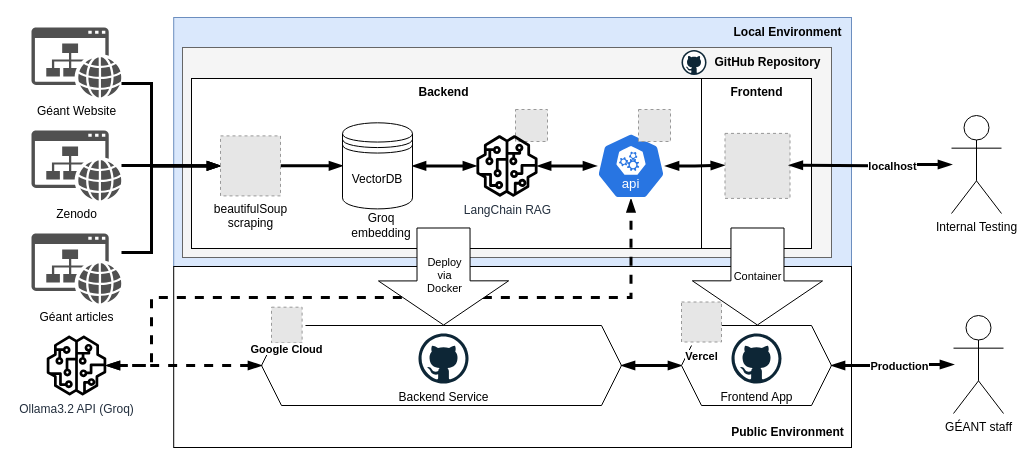
The draw.io diagram assets/architecture.drawio in maxiwilke/geant-rag, before the edit. Source tidied: cells renumbered, new cells numbered last; positions are measured from the earlier drawing's top-left corner, leaving out a move shared by most shapes. Both pictures are drawn from the tidied source at 100%, with x=0, y=0 at pixel (31, 17). Pictures stored in the file or linked from it are replaced by grey dashed boxes.
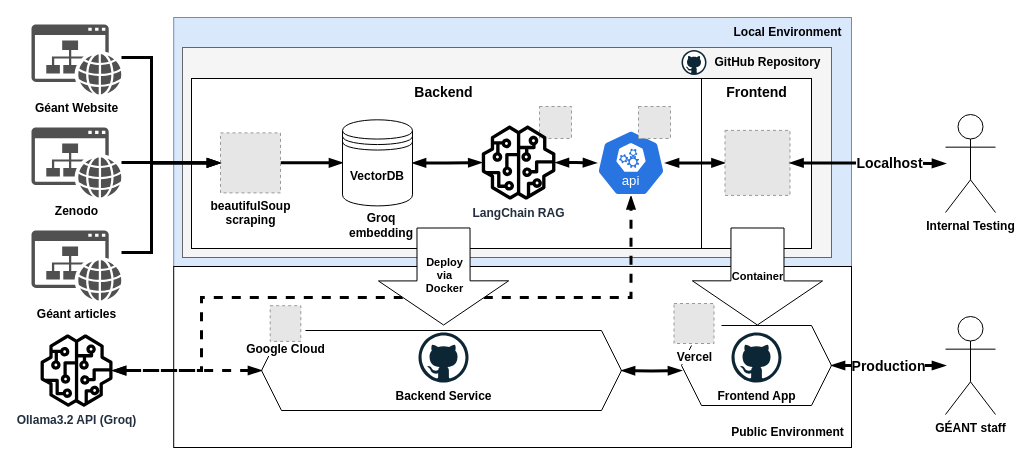
The same page after the edit.

Unchanged cells that the change refers to:
```xml
<mxCell id="28" style="shape=hexagon;perimeter=hexagonPerimeter2;whiteSpace=wrap;html=1;fixedSize=1;" parent="1" vertex="1">
  <mxGeometry x="650" y="308" width="150" height="80" as="geometry" />
</mxCell>
<mxCell id="30" style="edgeStyle=orthogonalEdgeStyle;rounded=0;jettySize=auto;html=1;exitX=1;exitY=0.5;exitDx=0;exitDy=0;startArrow=blockThin;startFill=1;endArrow=blockThin;endFill=1;strokeWidth=3;" parent="1" edge="1" source="28" target="5">
  <mxGeometry relative="1" as="geometry" />
</mxCell>
<mxCell id="33" style="shape=flexArrow;endArrow=classic;html=1;rounded=0;endWidth=76.15384615384615;endSize=14.373913043478263;width=53.04347826086957;fillColor=default;entryX=0.5;entryY=0;entryDx=0;entryDy=0;" parent="1" edge="1">
  <mxGeometry relative="1" as="geometry">
    <mxPoint x="726" y="210" as="sourcePoint" />
    <mxPoint x="725.9" y="308" as="targetPoint" />
  </mxGeometry>
</mxCell>
<mxCell id="42" style="shape=flexArrow;endArrow=classic;html=1;rounded=0;endWidth=76.15384615384615;endSize=14.373913043478263;width=53.04347826086957;fillColor=default;entryX=0.5;entryY=0;entryDx=0;entryDy=0;" parent="1" edge="1">
  <mxGeometry relative="1" as="geometry">
    <mxPoint x="412" y="210" as="sourcePoint" />
    <mxPoint x="412.1" y="308" as="targetPoint" />
  </mxGeometry>
</mxCell>
```

Diff of the diagram source:
```diff
@@
-    <mxCell id="5" value="GÉANT staff" style="shape=umlActor;verticalLabelPosition=bottom;verticalAlign=top;html=1;outlineConnect=0;fontStyle=0;" parent="1" vertex="1">
-      <mxGeometry x="922" y="298" width="50" height="98" as="geometry" />
+    <mxCell id="5" value="&lt;b&gt;GÉANT staff&lt;/b&gt;" style="shape=umlActor;verticalLabelPosition=bottom;verticalAlign=top;html=1;outlineConnect=0;fontStyle=0;" parent="1" vertex="1">
+      <mxGeometry x="914" y="299" width="50" height="98" as="geometry" />
     </mxCell>
@@
-    <mxCell id="7" value="Internal Testing" style="shape=umlActor;verticalLabelPosition=bottom;verticalAlign=top;html=1;outlineConnect=0;" parent="1" vertex="1">
-      <mxGeometry x="920" y="98" width="50" height="98" as="geometry" />
+    <mxCell id="7" value="&lt;b&gt;Internal Testing&lt;/b&gt;" style="shape=umlActor;verticalLabelPosition=bottom;verticalAlign=top;html=1;outlineConnect=0;" parent="1" vertex="1">
+      <mxGeometry x="914" y="97" width="50" height="98" as="geometry" />
     </mxCell>
-    <mxCell id="8" style="edgeStyle=orthogonalEdgeStyle;rounded=0;jettySize=auto;html=1;startArrow=blockThin;startFill=1;endArrow=blockThin;endFill=1;strokeWidth=3;exitX=1;exitY=0.5;exitDx=0;exitDy=0;exitPerimeter=0;entryX=0.5;entryY=1;entryDx=0;entryDy=0;entryPerimeter=0;dashed=1;" parent="1" edge="1" target="21">
+    <mxCell id="8" style="edgeStyle=orthogonalEdgeStyle;rounded=0;jettySize=auto;html=1;startArrow=blockThin;startFill=1;endArrow=blockThin;endFill=1;strokeWidth=3;entryX=0.5;entryY=1;entryDx=0;entryDy=0;entryPerimeter=0;dashed=1;" parent="1" edge="1" source="45" target="21">
       <mxGeometry relative="1" as="geometry">
-        <mxPoint x="75" y="348" as="sourcePoint" />
         <Array as="points">
-          <mxPoint x="120" y="348" />
-          <mxPoint x="120" y="280" />
+          <mxPoint x="170" y="354" />
+          <mxPoint x="170" y="280" />
           <mxPoint x="600" y="280" />
         </Array>
       </mxGeometry>
     </mxCell>
-    <mxCell id="9" style="edgeStyle=orthogonalEdgeStyle;rounded=0;jettySize=auto;html=1;entryX=0;entryY=0.5;entryDx=0;entryDy=0;startArrow=none;startFill=0;endArrow=blockThin;endFill=1;strokeWidth=3;" parent="1" edge="1" source="10" target="16">
-      <mxGeometry relative="1" as="geometry">
-        <Array as="points">
-          <mxPoint x="120" y="66" />
-          <mxPoint x="120" y="149" />
-        </Array>
-      </mxGeometry>
-    </mxCell>
-    <mxCell id="10" value="Géant Website" style="sketch=0;shadow=0;dashed=0;html=1;strokeColor=none;fillColor=#505050;labelPosition=center;verticalLabelPosition=bottom;verticalAlign=top;outlineConnect=0;align=center;shape=mxgraph.office.concepts.website;" parent="1" vertex="1">
-      <mxGeometry y="10" width="90" height="70" as="geometry" />
+    <mxCell id="10" value="&lt;b&gt;Géant Website&lt;/b&gt;" style="sketch=0;shadow=0;dashed=0;html=1;strokeColor=none;fillColor=#505050;labelPosition=center;verticalLabelPosition=bottom;verticalAlign=top;outlineConnect=0;align=center;shape=mxgraph.office.concepts.website;" parent="1" vertex="1">
+      <mxGeometry y="7" width="90" height="70" as="geometry" />
     </mxCell>
@@
-    <mxCell id="12" value="Zenodo" style="sketch=0;shadow=0;dashed=0;html=1;strokeColor=none;fillColor=#505050;labelPosition=center;verticalLabelPosition=bottom;verticalAlign=top;outlineConnect=0;align=center;shape=mxgraph.office.concepts.website;" parent="1" vertex="1">
-      <mxGeometry y="113" width="90" height="70" as="geometry" />
+    <mxCell id="12" value="&lt;b&gt;Zenodo&lt;/b&gt;" style="sketch=0;shadow=0;dashed=0;html=1;strokeColor=none;fillColor=#505050;labelPosition=center;verticalLabelPosition=bottom;verticalAlign=top;outlineConnect=0;align=center;shape=mxgraph.office.concepts.website;" parent="1" vertex="1">
+      <mxGeometry y="110.1" width="90" height="70" as="geometry" />
     </mxCell>
     <mxCell id="13" style="edgeStyle=orthogonalEdgeStyle;rounded=0;jettySize=auto;html=1;entryX=0;entryY=0.5;entryDx=0;entryDy=0;startArrow=none;startFill=0;endArrow=blockThin;endFill=1;strokeWidth=3;" parent="1" edge="1" source="14" target="16">
       <mxGeometry relative="1" as="geometry">
         <Array as="points">
           <mxPoint x="120" y="235" />
-          <mxPoint x="120" y="148" />
+          <mxPoint x="120" y="145" />
+          <mxPoint x="189" y="145" />
         </Array>
       </mxGeometry>
     </mxCell>
-    <mxCell id="14" value="Géant articles" style="sketch=0;shadow=0;dashed=0;html=1;strokeColor=none;fillColor=#505050;labelPosition=center;verticalLabelPosition=bottom;verticalAlign=top;outlineConnect=0;align=center;shape=mxgraph.office.concepts.website;" parent="1" vertex="1">
-      <mxGeometry y="216" width="90" height="70" as="geometry" />
+    <mxCell id="14" value="&lt;b&gt;Géant articles&lt;/b&gt;" style="sketch=0;shadow=0;dashed=0;html=1;strokeColor=none;fillColor=#505050;labelPosition=center;verticalLabelPosition=bottom;verticalAlign=top;outlineConnect=0;align=center;shape=mxgraph.office.concepts.website;" parent="1" vertex="1">
+      <mxGeometry y="213" width="90" height="70" as="geometry" />
     </mxCell>
@@
-    <mxCell id="16" value="beautifulSoup&lt;div&gt;scraping&lt;/div&gt;" style="fillColor=#E6E6E6;strokeColor=#999999;dashed=1;html=1;verticalAlign=top;verticalLabelPosition=bottom;labelBackgroundColor=#ffffff;" parent="1" vertex="1">
-      <mxGeometry x="189" y="118.4" width="60" height="60" as="geometry" />
+    <mxCell id="16" value="&lt;b&gt;beautifulSoup&lt;/b&gt;&lt;div&gt;&lt;b&gt;scraping&lt;/b&gt;&lt;/div&gt;" style="fillColor=#E6E6E6;strokeColor=#999999;dashed=1;html=1;verticalAlign=top;verticalLabelPosition=bottom;labelBackgroundColor=#ffffff;" parent="1" vertex="1">
+      <mxGeometry x="189" y="115.4" width="60" height="60" as="geometry" />
     </mxCell>
@@
-    <mxCell id="18" value="VectorDB" style="shape=datastore;whiteSpace=wrap;html=1;" parent="1" vertex="1">
-      <mxGeometry x="311" y="105.3" width="70" height="86.1" as="geometry" />
+    <mxCell id="18" value="&lt;b&gt;VectorDB&lt;/b&gt;" style="shape=datastore;whiteSpace=wrap;html=1;" parent="1" vertex="1">
+      <mxGeometry x="311" y="102.3" width="70" height="86.1" as="geometry" />
     </mxCell>
@@
     <mxCell id="20" style="fillColor=#E6E6E6;strokeColor=#999999;dashed=1;html=1;verticalAlign=top;verticalLabelPosition=bottom;labelBackgroundColor=#ffffff;" parent="1" vertex="1">
-      <mxGeometry x="484" y="92" width="32" height="32" as="geometry" />
+      <mxGeometry x="508" y="89" width="32" height="32" as="geometry" />
     </mxCell>
     <mxCell id="21" style="sketch=0;html=1;dashed=0;whitespace=wrap;verticalLabelPosition=bottom;verticalAlign=top;fillColor=#2875E2;strokeColor=#ffffff;points=[[0.005,0.63,0],[0.1,0.2,0],[0.9,0.2,0],[0.5,0,0],[0.995,0.63,0],[0.72,0.99,0],[0.5,1,0],[0.28,0.99,0]];shape=mxgraph.kubernetes.icon2;kubernetesLabel=1;prIcon=api;" parent="1" vertex="1">
-      <mxGeometry x="565" y="115.3" width="69" height="66.2" as="geometry" />
+      <mxGeometry x="565" y="112.3" width="69" height="66.2" as="geometry" />
     </mxCell>
     <mxCell id="22" style="fillColor=#E6E6E6;strokeColor=#999999;dashed=1;html=1;verticalAlign=top;verticalLabelPosition=bottom;labelBackgroundColor=#ffffff;" parent="1" vertex="1">
-      <mxGeometry x="607" y="92" width="32" height="32" as="geometry" />
+      <mxGeometry x="607" y="89" width="32" height="32" as="geometry" />
     </mxCell>
@@
     <mxCell id="25" style="shape=hexagon;perimeter=hexagonPerimeter2;whiteSpace=wrap;html=1;fixedSize=1;" parent="1" vertex="1">
-      <mxGeometry x="230" y="308" width="360" height="80" as="geometry" />
+      <mxGeometry x="230" y="313" width="360" height="80" as="geometry" />
     </mxCell>
-    <mxCell id="26" value="Backend Service" style="dashed=0;html=1;align=center;labelPosition=center;verticalLabelPosition=bottom;verticalAlign=top;shape=mxgraph.weblogos.github;" parent="1" vertex="1">
-      <mxGeometry x="387" y="316" width="50" height="50" as="geometry" />
+    <mxCell id="26" value="&lt;b&gt;Backend Service&lt;/b&gt;" style="dashed=0;html=1;align=center;labelPosition=center;verticalLabelPosition=bottom;verticalAlign=top;shape=mxgraph.weblogos.github;" parent="1" vertex="1">
+      <mxGeometry x="387" y="315" width="50" height="50" as="geometry" />
     </mxCell>
-    <mxCell id="27" style="edgeStyle=orthogonalEdgeStyle;rounded=0;jettySize=auto;html=1;entryX=1;entryY=0.5;entryDx=0;entryDy=0;startArrow=blockThin;startFill=1;endArrow=blockThin;endFill=1;strokeWidth=3;" parent="1" edge="1" source="28" target="25">
-      <mxGeometry relative="1" as="geometry" />
+    <mxCell id="27" style="edgeStyle=orthogonalEdgeStyle;rounded=0;jettySize=auto;html=1;entryX=1;entryY=0.5;entryDx=0;entryDy=0;startArrow=blockThin;startFill=1;endArrow=blockThin;endFill=1;strokeWidth=3;" parent="1" edge="1" target="25">
+      <mxGeometry relative="1" as="geometry">
+        <mxPoint x="650" y="353" as="sourcePoint" />
+      </mxGeometry>
     </mxCell>
@@
-    <mxCell id="29" value="Frontend App" style="dashed=0;html=1;align=center;labelPosition=center;verticalLabelPosition=bottom;verticalAlign=top;shape=mxgraph.weblogos.github;" parent="1" vertex="1">
-      <mxGeometry x="700" y="316" width="50" height="50" as="geometry" />
+    <mxCell id="29" value="&lt;b&gt;Frontend App&lt;/b&gt;" style="dashed=0;html=1;align=center;labelPosition=center;verticalLabelPosition=bottom;verticalAlign=top;shape=mxgraph.weblogos.github;" parent="1" vertex="1">
+      <mxGeometry x="700" y="315" width="50" height="50" as="geometry" />
     </mxCell>
@@
-    <mxCell id="31" value="&lt;b&gt;Production&lt;/b&gt;" style="edgeLabel;html=1;align=center;verticalAlign=middle;" parent="30" vertex="1">
-      <mxGeometry x="-0.01" relative="1" as="geometry">
-        <mxPoint x="6" as="offset" />
-      </mxGeometry>
+    <mxCell id="31" value="&lt;b&gt;&lt;font style=&quot;font-size: 14px;&quot;&gt;Production&lt;/font&gt;&lt;/b&gt;" style="edgeLabel;html=1;align=center;verticalAlign=middle;" parent="30" vertex="1">
+      <mxGeometry x="-0.01" relative="1" as="geometry" />
     </mxCell>
@@
-    <mxCell id="34" value="&lt;span style=&quot;text-align: left;&quot;&gt;Container&lt;/span&gt;" style="edgeLabel;html=1;align=center;verticalAlign=middle;" parent="33" vertex="1">
+    <mxCell id="34" value="&lt;span style=&quot;text-align: left;&quot;&gt;&lt;b&gt;Container&lt;/b&gt;&lt;/span&gt;" style="edgeLabel;html=1;align=center;verticalAlign=middle;" parent="33" vertex="1">
       <mxGeometry x="-0.03" y="9" relative="1" as="geometry">
         <mxPoint x="-9" as="offset" />
       </mxGeometry>
     </mxCell>
@@
-    <mxCell id="37" value="&lt;b&gt;Frontend&lt;/b&gt;" style="text;html=1;whiteSpace=wrap;strokeColor=none;fillColor=none;align=center;verticalAlign=middle;rounded=0;" parent="1" vertex="1">
+    <mxCell id="37" value="&lt;b&gt;&lt;font style=&quot;font-size: 14px;&quot;&gt;Frontend&lt;/font&gt;&lt;/b&gt;" style="text;html=1;whiteSpace=wrap;strokeColor=none;fillColor=none;align=center;verticalAlign=middle;rounded=0;" parent="1" vertex="1">
       <mxGeometry x="670" y="60" width="111" height="30" as="geometry" />
     </mxCell>
-    <mxCell id="38" value="&lt;b&gt;Backend&lt;/b&gt;" style="text;html=1;whiteSpace=wrap;strokeColor=none;fillColor=none;align=center;verticalAlign=middle;rounded=0;" parent="1" vertex="1">
+    <mxCell id="38" value="&lt;b&gt;&lt;font style=&quot;font-size: 14px;&quot;&gt;Backend&lt;/font&gt;&lt;/b&gt;" style="text;html=1;whiteSpace=wrap;strokeColor=none;fillColor=none;align=center;verticalAlign=middle;rounded=0;" parent="1" vertex="1">
       <mxGeometry x="356.5" y="60" width="111" height="30" as="geometry" />
     </mxCell>
-    <mxCell id="39" style="edgeStyle=orthogonalEdgeStyle;rounded=0;jettySize=auto;html=1;entryX=0;entryY=0.5;entryDx=0;entryDy=0;startArrow=blockThin;startFill=1;endArrow=blockThin;endFill=1;strokeWidth=3;" parent="1" edge="1" source="21">
-      <mxGeometry relative="1" as="geometry">
-        <mxPoint x="692.8" y="147.7" as="targetPoint" />
-      </mxGeometry>
+    <mxCell id="39" style="edgeStyle=orthogonalEdgeStyle;rounded=0;jettySize=auto;html=1;startArrow=blockThin;startFill=1;endArrow=blockThin;endFill=1;strokeWidth=3;" parent="1" edge="1" source="21" target="47">
+      <mxGeometry relative="1" as="geometry" />
     </mxCell>
@@
-    <mxCell id="43" value="&lt;div&gt;&lt;span style=&quot;text-align: left;&quot;&gt;Deploy&lt;/span&gt;&lt;/div&gt;&lt;div&gt;&lt;span style=&quot;text-align: left;&quot;&gt;via&lt;/span&gt;&lt;/div&gt;&lt;div&gt;&lt;span style=&quot;text-align: left;&quot;&gt;Docker&lt;/span&gt;&lt;span style=&quot;text-align: left;&quot;&gt;&lt;/span&gt;&lt;/div&gt;" style="edgeLabel;html=1;align=center;verticalAlign=middle;" parent="42" vertex="1">
+    <mxCell id="43" value="&lt;div&gt;&lt;span style=&quot;text-align: left;&quot;&gt;&lt;b&gt;Deploy&lt;/b&gt;&lt;/span&gt;&lt;/div&gt;&lt;div&gt;&lt;span style=&quot;text-align: left;&quot;&gt;&lt;b&gt;via&lt;/b&gt;&lt;/span&gt;&lt;/div&gt;&lt;div&gt;&lt;span style=&quot;text-align: left;&quot;&gt;&lt;b&gt;Docker&lt;/b&gt;&lt;/span&gt;&lt;span style=&quot;text-align: left;&quot;&gt;&lt;/span&gt;&lt;/div&gt;" style="edgeLabel;html=1;align=center;verticalAlign=middle;" parent="42" vertex="1">
       <mxGeometry x="-0.03" y="9" relative="1" as="geometry">
         <mxPoint x="-9" as="offset" />
       </mxGeometry>
     </mxCell>
-    <mxCell id="44" value="Groq embedding" style="text;html=1;whiteSpace=wrap;strokeColor=none;fillColor=none;align=center;verticalAlign=middle;rounded=0;" parent="1" vertex="1">
+    <mxCell id="44" value="&lt;b&gt;Groq embedding&lt;/b&gt;" style="text;html=1;whiteSpace=wrap;strokeColor=none;fillColor=none;align=center;verticalAlign=middle;rounded=0;" parent="1" vertex="1">
       <mxGeometry x="310" y="193" width="80" height="30" as="geometry" />
     </mxCell>
-    <mxCell id="45" value="&lt;span&gt;Ollama3.2 API (Groq)&lt;/span&gt;" style="sketch=0;outlineConnect=0;fontColor=light-dark(#232F3E,#000000);gradientColor=none;fillColor=light-dark(#000000,#000000);strokeColor=none;dashed=0;verticalLabelPosition=bottom;verticalAlign=top;align=center;html=1;fontSize=12;fontStyle=0;shape=mxgraph.aws4.sagemaker_model;strokeWidth=0;fontFamily=Helvetica;labelBackgroundColor=light-dark(#FFFFFF,#FFFFFF);horizontal=1;labelBorderColor=none;textShadow=0;fillStyle=solid;" parent="1" vertex="1">
-      <mxGeometry x="15" y="318" width="60" height="60" as="geometry" />
+    <mxCell id="45" value="&lt;span&gt;&lt;b&gt;Ollama3.2 API (Groq)&lt;/b&gt;&lt;/span&gt;" style="sketch=0;outlineConnect=0;fontColor=light-dark(#232F3E,#000000);gradientColor=none;fillColor=light-dark(#000000,#000000);strokeColor=none;dashed=0;verticalLabelPosition=bottom;verticalAlign=top;align=center;html=1;fontSize=12;fontStyle=0;shape=mxgraph.aws4.sagemaker_model;strokeWidth=0;fontFamily=Helvetica;labelBackgroundColor=light-dark(#FFFFFF,#FFFFFF);horizontal=1;labelBorderColor=none;textShadow=0;fillStyle=solid;" parent="1" vertex="1">
+      <mxGeometry x="8.8" y="316.8" width="72.5" height="72.5" as="geometry" />
     </mxCell>
-    <mxCell id="46" value="&lt;span&gt;LangChain RAG&lt;/span&gt;" style="sketch=0;outlineConnect=0;fontColor=light-dark(#232F3E,#000000);gradientColor=none;fillColor=light-dark(#000000,#000000);strokeColor=none;dashed=0;verticalLabelPosition=bottom;verticalAlign=top;align=center;html=1;fontSize=12;fontStyle=0;shape=mxgraph.aws4.sagemaker_model;strokeWidth=0;fontFamily=Helvetica;labelBackgroundColor=light-dark(#FFFFFF,#FFFFFF);horizontal=1;labelBorderColor=none;textShadow=0;fillStyle=solid;" parent="1" vertex="1">
-      <mxGeometry x="444.7" y="117.6" width="61.6" height="61.6" as="geometry" />
+    <mxCell id="46" value="&lt;span&gt;&lt;b&gt;LangChain RAG&lt;/b&gt;&lt;/span&gt;" style="sketch=0;outlineConnect=0;fontColor=light-dark(#232F3E,#000000);gradientColor=none;fillColor=light-dark(#000000,#000000);strokeColor=none;dashed=0;verticalLabelPosition=bottom;verticalAlign=top;align=center;html=1;fontSize=12;fontStyle=0;shape=mxgraph.aws4.sagemaker_model;strokeWidth=0;fontFamily=Helvetica;labelBackgroundColor=light-dark(#FFFFFF,#FFFFFF);horizontal=1;labelBorderColor=none;textShadow=0;fillStyle=solid;" parent="1" vertex="1">
+      <mxGeometry x="450" y="108" width="74.2" height="74.2" as="geometry" />
     </mxCell>
     <mxCell id="47" style="fillColor=#E6E6E6;strokeColor=#999999;dashed=1;html=1;verticalAlign=top;verticalLabelPosition=bottom;labelBackgroundColor=#ffffff;" parent="1" vertex="1">
-      <mxGeometry x="693.5" y="115.9" width="65" height="65" as="geometry" />
+      <mxGeometry x="693.5" y="112.9" width="65" height="65" as="geometry" />
     </mxCell>
-    <mxCell id="48" style="edgeStyle=orthogonalEdgeStyle;rounded=0;jettySize=auto;html=1;startArrow=blockThin;startFill=1;endArrow=blockThin;endFill=1;strokeWidth=3;" parent="1" edge="1" target="7">
-      <mxGeometry relative="1" as="geometry">
-        <mxPoint x="757.8" y="147.7" as="sourcePoint" />
-      </mxGeometry>
+    <mxCell id="48" style="edgeStyle=orthogonalEdgeStyle;rounded=0;jettySize=auto;html=1;startArrow=blockThin;startFill=1;endArrow=blockThin;endFill=1;strokeWidth=3;exitX=1;exitY=0.5;exitDx=0;exitDy=0;" parent="1" edge="1" source="47" target="7">
+      <mxGeometry relative="1" as="geometry" />
     </mxCell>
-    <mxCell id="49" value="&lt;b&gt;localhost&lt;/b&gt;" style="edgeLabel;html=1;align=center;verticalAlign=middle;" parent="48" vertex="1">
+    <mxCell id="49" value="&lt;b&gt;&lt;font style=&quot;font-size: 14px;&quot;&gt;Localhost&lt;/font&gt;&lt;/b&gt;" style="edgeLabel;html=1;align=center;verticalAlign=middle;" parent="48" vertex="1">
       <mxGeometry x="-0.01" relative="1" as="geometry">
         <mxPoint x="22" as="offset" />
       </mxGeometry>
     </mxCell>
@@
-    <mxCell id="51" value="&lt;font style=&quot;color: rgb(0, 0, 0); background-color: light-dark(#ffffff, var(--ge-dark-color, #121212));&quot;&gt;Google Cloud&lt;/font&gt;" style="fillColor=#E6E6E6;strokeColor=#999999;dashed=1;html=1;verticalAlign=top;labelPosition=center;verticalLabelPosition=bottom;align=center;spacingTop=-6;fontSize=11;fontStyle=1;fontColor=#999999;labelBackgroundColor=none;" parent="1" vertex="1">
-      <mxGeometry x="240" y="289.7" width="30.6" height="35.7" as="geometry" />
+    <mxCell id="51" value="&lt;font style=&quot;color: rgb(0, 0, 0); background-color: light-dark(#ffffff, var(--ge-dark-color, #121212)); font-size: 12px;&quot;&gt;Google Cloud&lt;/font&gt;" style="fillColor=#E6E6E6;strokeColor=#999999;dashed=1;html=1;verticalAlign=top;labelPosition=center;verticalLabelPosition=bottom;align=center;spacingTop=-6;fontSize=11;fontStyle=1;fontColor=#999999;labelBackgroundColor=none;" parent="1" vertex="1">
+      <mxGeometry x="238.7" y="288.2" width="30.6" height="35.7" as="geometry" />
     </mxCell>
@@
-    <mxCell id="53" value="&lt;span style=&quot;font-size: 11px; background-color: light-dark(#ffffff, var(--ge-dark-color, #121212));&quot;&gt;&lt;b style=&quot;&quot;&gt;&lt;font style=&quot;color: rgb(0, 0, 0);&quot;&gt;Vercel&lt;/font&gt;&lt;/b&gt;&lt;/span&gt;" style="fillColor=#E6E6E6;strokeColor=#999999;dashed=1;html=1;verticalAlign=top;verticalLabelPosition=bottom;labelBackgroundColor=none;" parent="1" vertex="1">
-      <mxGeometry x="650" y="284.5" width="40" height="40" as="geometry" />
+    <mxCell id="53" value="&lt;span style=&quot;background-color: light-dark(#ffffff, var(--ge-dark-color, #121212));&quot;&gt;&lt;b style=&quot;&quot;&gt;&lt;font style=&quot;color: rgb(0, 0, 0); font-size: 12px;&quot;&gt;Vercel&lt;/font&gt;&lt;/b&gt;&lt;/span&gt;" style="fillColor=#E6E6E6;strokeColor=#999999;dashed=1;html=1;verticalAlign=top;verticalLabelPosition=bottom;labelBackgroundColor=none;" parent="1" vertex="1">
+      <mxGeometry x="642.5" y="286" width="40" height="40" as="geometry" />
     </mxCell>
+    <mxCell id="9" style="edgeStyle=orthogonalEdgeStyle;rounded=0;jettySize=auto;html=1;entryX=0;entryY=0.5;entryDx=0;entryDy=0;startArrow=none;startFill=0;endArrow=blockThin;endFill=1;strokeWidth=3;" parent="1" edge="1" source="10" target="16">
+      <mxGeometry relative="1" as="geometry">
+        <Array as="points">
+          <mxPoint x="120" y="40" />
+          <mxPoint x="120" y="145" />
+        </Array>
+      </mxGeometry>
+    </mxCell>
```
